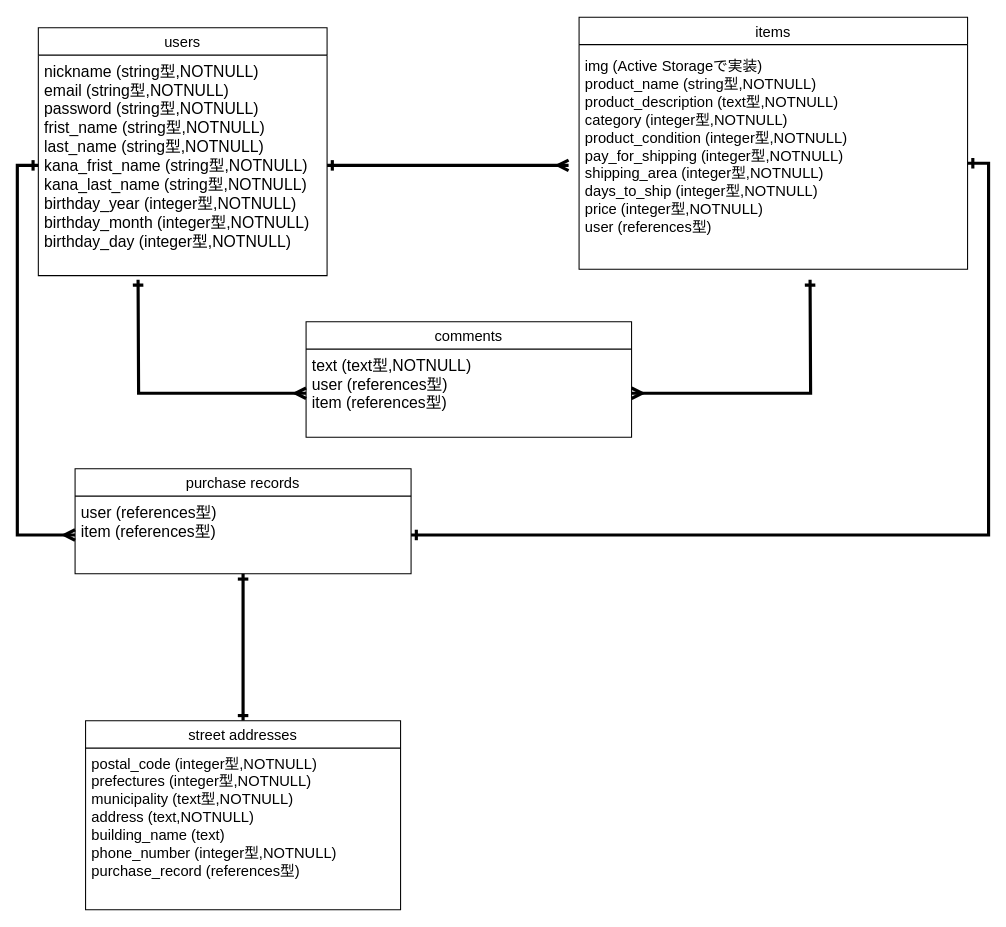
rikku1006/furima-32895 keeps this draw.io diagram as furima-32895.dio. Above is the earlier version. Source tidied: cells renumbered, new cells numbered last; positions are measured from the earlier drawing's top-left corner, leaving out a move shared by most shapes. Both pictures are drawn from the tidied source at 105%, with x=0, y=0 at pixel (38, 17).
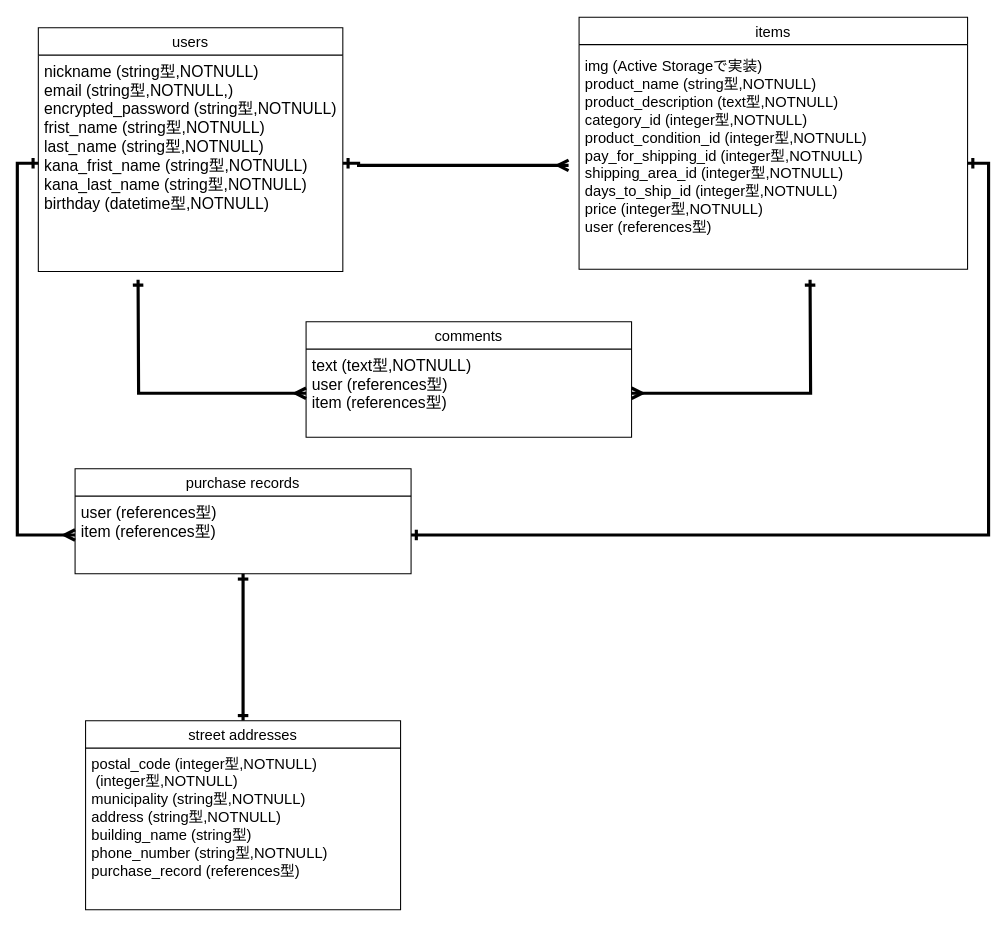
The same page after the edit.

Commit message (it also covers changes not shown here):
ER図、READMEの修正

Unchanged cells that the change refers to:
```xml
<mxCell id="10" value="street addresses" style="swimlane;fontStyle=0;horizontal=1;startSize=26;align=center;fontSize=14;" parent="1" vertex="1">
  <mxGeometry x="45" y="670" width="300" height="180" as="geometry" />
</mxCell>
```

Diff of the diagram source:
```diff
@@
     <mxCell id="2" value="users" style="swimlane;fontStyle=0;horizontal=1;startSize=26;align=center;fontSize=14;" parent="1" vertex="1">
-      <mxGeometry y="10" width="275" height="236" as="geometry" />
+      <mxGeometry y="10" width="290" height="232" as="geometry" />
     </mxCell>
-    <mxCell id="3" value="nickname (string型,NOTNULL)&#10;email (string型,NOTNULL)&#10;password (string型,NOTNULL)&#10;frist_name (string型,NOTNULL)&#10;last_name (string型,NOTNULL)&#10;kana_frist_name (string型,NOTNULL)&#10;kana_last_name (string型,NOTNULL)&#10;birthday_year (integer型,NOTNULL)&#10;birthday_month (integer型,NOTNULL)&#10;birthday_day (integer型,NOTNULL)&#10;" style="text;strokeColor=none;fillColor=none;spacingLeft=4;spacingRight=4;overflow=hidden;points=[[0,0.5],[1,0.5]];portConstraint=eastwest;fontSize=15;" parent="2" vertex="1">
-      <mxGeometry y="26" width="275" height="210" as="geometry" />
+    <mxCell id="3" value="nickname (string型,NOTNULL)&#10;email (string型,NOTNULL,)&#10;encrypted_password (string型,NOTNULL)&#10;frist_name (string型,NOTNULL)&#10;last_name (string型,NOTNULL)&#10;kana_frist_name (string型,NOTNULL)&#10;kana_last_name (string型,NOTNULL)&#10;birthday (datetime型,NOTNULL)" style="text;strokeColor=none;fillColor=none;spacingLeft=4;spacingRight=4;overflow=hidden;points=[[0,0.5],[1,0.5]];portConstraint=eastwest;fontSize=15;" parent="2" vertex="1">
+      <mxGeometry y="26" width="290" height="206" as="geometry" />
     </mxCell>
@@
-    <mxCell id="11" value="postal_code (integer型,NOTNULL)&#10;prefectures (integer型,NOTNULL)&#10;municipality (text型,NOTNULL)&#10;address (text,NOTNULL)&#10;building_name (text)&#10;phone_number (integer型,NOTNULL)&#10;purchase_record (references型)" style="text;strokeColor=none;fillColor=none;spacingLeft=4;spacingRight=4;overflow=hidden;fontSize=14;" parent="10" vertex="1">
+    <mxCell id="11" value="postal_code (integer型,NOTNULL)&#10; (integer型,NOTNULL)&#10;municipality (string型,NOTNULL)&#10;address (string型,NOTNULL)&#10;building_name (string型)&#10;phone_number (string型,NOTNULL)&#10;purchase_record (references型)" style="text;strokeColor=none;fillColor=none;spacingLeft=4;spacingRight=4;overflow=hidden;fontSize=14;" parent="10" vertex="1">
       <mxGeometry y="26" width="300" height="154" as="geometry" />
     </mxCell>
@@
-    <mxCell id="13" value="img (Active Storageで実装)&#10;product_name (string型,NOTNULL)&#10;product_description (text型,NOTNULL)&#10;category (integer型,NOTNULL)&#10;product_condition (integer型,NOTNULL)&#10;pay_for_shipping (integer型,NOTNULL)&#10;shipping_area (integer型,NOTNULL)&#10;days_to_ship (integer型,NOTNULL)&#10;price (integer型,NOTNULL)&#10;user (references型)" style="text;strokeColor=none;fillColor=none;spacingLeft=4;spacingRight=4;overflow=hidden;points=[[0,0.5],[1,0.5]];portConstraint=eastwest;fontSize=14;" parent="1" vertex="1">
+    <mxCell id="13" value="img (Active Storageで実装)&#10;product_name (string型,NOTNULL)&#10;product_description (text型,NOTNULL)&#10;category_id (integer型,NOTNULL)&#10;product_condition_id (integer型,NOTNULL)&#10;pay_for_shipping_id (integer型,NOTNULL)&#10;shipping_area_id (integer型,NOTNULL)&#10;days_to_ship_id (integer型,NOTNULL)&#10;price (integer型,NOTNULL)&#10;user (references型)" style="text;strokeColor=none;fillColor=none;spacingLeft=4;spacingRight=4;overflow=hidden;points=[[0,0.5],[1,0.5]];portConstraint=eastwest;fontSize=14;" parent="1" vertex="1">
       <mxGeometry x="515" y="32" width="370" height="214" as="geometry" />
     </mxCell>
     <mxCell id="14" style="edgeStyle=orthogonalEdgeStyle;rounded=0;jettySize=auto;html=1;exitX=1;exitY=0.5;exitDx=0;exitDy=0;fontSize=14;startArrow=ERone;startFill=0;endArrow=ERmany;endFill=0;strokeWidth=3;" parent="1" edge="1" source="3">
       <mxGeometry relative="1" as="geometry">
         <mxPoint x="505" y="141" as="targetPoint" />
+        <Array as="points">
+          <mxPoint x="305" y="139" />
+          <mxPoint x="305" y="141" />
+        </Array>
       </mxGeometry>
     </mxCell>
```
